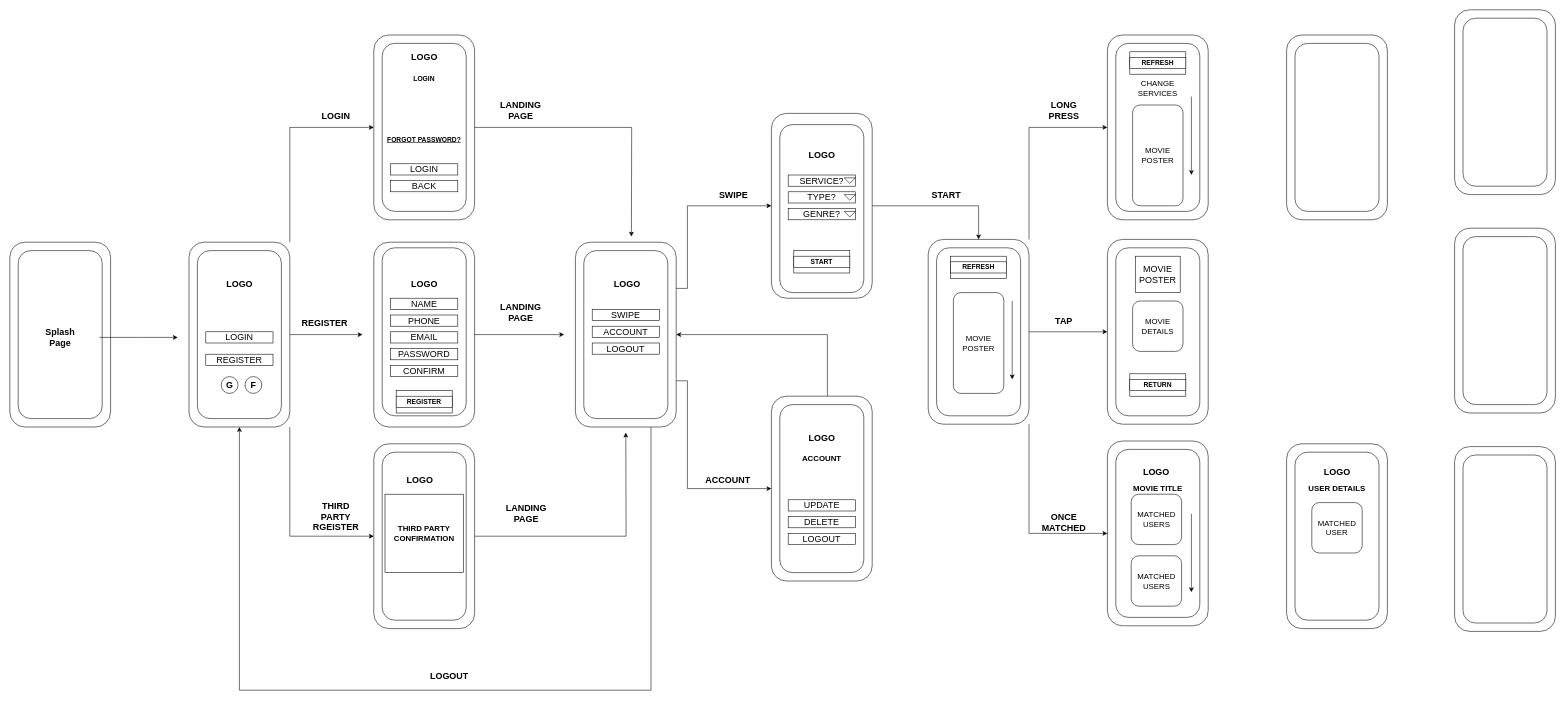
Before: page "Page-8" (7 of 9) of DIagrams.drawio in mathewpenny/MovieMatchV2, a draw.io diagram. Source tidied: cells renumbered, new cells numbered last; positions are measured from the earlier drawing's top-left corner, leaving out a move shared by most shapes. Both pictures are drawn from the tidied source at 56%, with x=0, y=0 at pixel (10, 10).
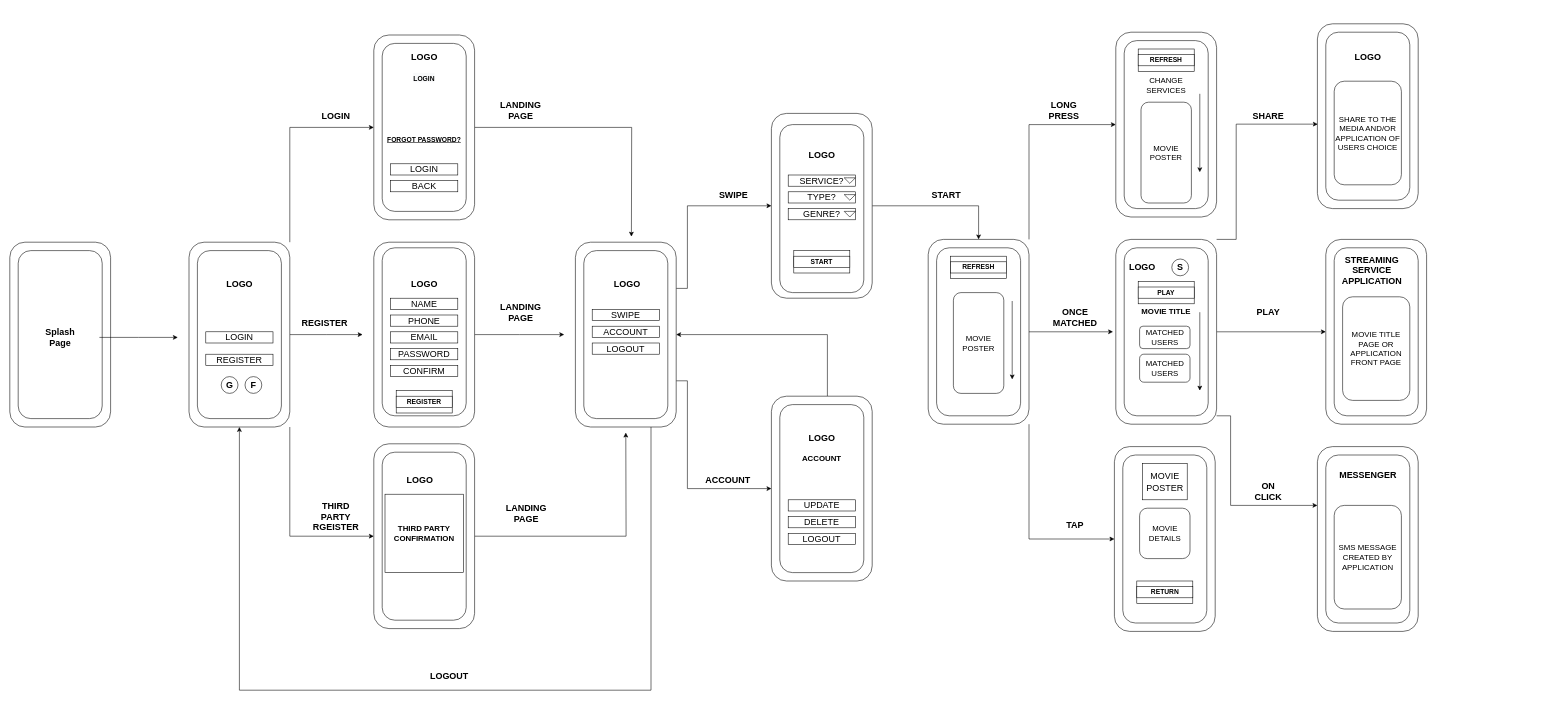
The same page after the edit.

The change refers to these unchanged cells:
```xml
<mxCell id="23" style="rounded=1;whiteSpace=wrap;html=1;" parent="1" vertex="1">
  <mxGeometry x="1640" y="410" width="180" height="330" as="geometry" />
</mxCell>
```

Diff of the diagram source:
```diff
@@
-    <mxCell id="21" style="edgeStyle=orthogonalEdgeStyle;rounded=0;jettySize=auto;html=1;entryX=0;entryY=0.5;entryDx=0;entryDy=0;fontSize=14;" parent="1" edge="1" source="23" target="92">
-      <mxGeometry relative="1" as="geometry" />
+    <mxCell id="21" style="edgeStyle=orthogonalEdgeStyle;rounded=0;jettySize=auto;html=1;fontSize=14;" parent="1" edge="1" source="23">
+      <mxGeometry relative="1" as="geometry">
+        <mxPoint x="1970" y="575" as="targetPoint" />
+      </mxGeometry>
     </mxCell>
-    <mxCell id="22" style="edgeStyle=orthogonalEdgeStyle;rounded=0;jettySize=auto;html=1;exitX=1;exitY=1;exitDx=0;exitDy=0;entryX=0;entryY=0.5;entryDx=0;entryDy=0;fontSize=14;" parent="1" edge="1" source="23" target="52">
+    <mxCell id="22" style="edgeStyle=orthogonalEdgeStyle;rounded=0;jettySize=auto;html=1;exitX=1;exitY=1;exitDx=0;exitDy=0;fontSize=14;entryX=0;entryY=0.5;entryDx=0;entryDy=0;" parent="1" edge="1" source="23" target="92">
       <mxGeometry relative="1" as="geometry" />
     </mxCell>
@@
     <mxCell id="48" style="rounded=1;whiteSpace=wrap;html=1;" parent="1" vertex="1">
-      <mxGeometry x="2280" y="775" width="180" height="330" as="geometry" />
+      <mxGeometry x="2335" y="780" width="180" height="330" as="geometry" />
     </mxCell>
     <mxCell id="49" style="rounded=1;whiteSpace=wrap;html=1;" parent="1" vertex="1">
-      <mxGeometry x="2295" y="790" width="150" height="300" as="geometry" />
+      <mxGeometry x="2350" y="795" width="150" height="300" as="geometry" />
     </mxCell>
@@
+    <mxCell id="124" style="edgeStyle=orthogonalEdgeStyle;rounded=0;jettySize=auto;html=1;fontSize=14;" parent="1" edge="1" source="52" target="88">
+      <mxGeometry relative="1" as="geometry" />
+    </mxCell>
+    <mxCell id="125" style="edgeStyle=orthogonalEdgeStyle;rounded=0;jettySize=auto;html=1;fontSize=14;" parent="1" edge="1" source="52" target="48">
+      <mxGeometry relative="1" as="geometry">
+        <Array as="points">
+          <mxPoint x="2180" y="725" />
+          <mxPoint x="2180" y="885" />
+        </Array>
+      </mxGeometry>
+    </mxCell>
+    <mxCell id="126" style="edgeStyle=orthogonalEdgeStyle;rounded=0;jettySize=auto;html=1;exitX=1;exitY=0;exitDx=0;exitDy=0;entryX=0.004;entryY=0.543;entryDx=0;entryDy=0;entryPerimeter=0;fontSize=14;" parent="1" edge="1" source="52" target="104">
+      <mxGeometry relative="1" as="geometry">
+        <Array as="points">
+          <mxPoint x="2190" y="410" />
+          <mxPoint x="2190" y="204" />
+        </Array>
+      </mxGeometry>
+    </mxCell>
     <mxCell id="52" style="rounded=1;whiteSpace=wrap;html=1;" parent="1" vertex="1">
-      <mxGeometry x="1960" y="770" width="180" height="330" as="geometry" />
+      <mxGeometry x="1975" y="410" width="180" height="330" as="geometry" />
     </mxCell>
     <mxCell id="53" style="rounded=1;whiteSpace=wrap;html=1;" parent="1" vertex="1">
-      <mxGeometry x="1975" y="785" width="150" height="300" as="geometry" />
+      <mxGeometry x="1990" y="425" width="150" height="300" as="geometry" />
     </mxCell>
@@
-    <mxCell id="86" style="rounded=1;whiteSpace=wrap;html=1;" parent="1" vertex="1">
-      <mxGeometry x="2580" y="780" width="180" height="330" as="geometry" />
-    </mxCell>
-    <mxCell id="87" style="rounded=1;whiteSpace=wrap;html=1;" parent="1" vertex="1">
-      <mxGeometry x="2595" y="795" width="150" height="300" as="geometry" />
-    </mxCell>
     <mxCell id="88" style="rounded=1;whiteSpace=wrap;html=1;" parent="1" vertex="1">
-      <mxGeometry x="2280" y="45" width="180" height="330" as="geometry" />
+      <mxGeometry x="2350" y="410" width="180" height="330" as="geometry" />
     </mxCell>
     <mxCell id="89" style="rounded=1;whiteSpace=wrap;html=1;" parent="1" vertex="1">
-      <mxGeometry x="2295" y="60" width="150" height="300" as="geometry" />
+      <mxGeometry x="2365" y="425" width="150" height="300" as="geometry" />
     </mxCell>
-    <mxCell id="90" style="rounded=1;whiteSpace=wrap;html=1;" parent="1" vertex="1">
-      <mxGeometry x="2580" width="180" height="330" as="geometry" />
-    </mxCell>
-    <mxCell id="91" style="rounded=1;whiteSpace=wrap;html=1;" parent="1" vertex="1">
-      <mxGeometry x="2595" y="15" width="150" height="300" as="geometry" />
-    </mxCell>
     <mxCell id="92" style="rounded=1;whiteSpace=wrap;html=1;" parent="1" vertex="1">
-      <mxGeometry x="1960" y="410" width="180" height="330" as="geometry" />
+      <mxGeometry x="1972.5" y="780" width="180" height="330" as="geometry" />
     </mxCell>
     <mxCell id="93" style="rounded=1;whiteSpace=wrap;html=1;" parent="1" vertex="1">
-      <mxGeometry x="1975" y="425" width="150" height="300" as="geometry" />
+      <mxGeometry x="1987.5" y="795" width="150" height="300" as="geometry" />
     </mxCell>
     <mxCell id="94" value="MOVIE POSTER" style="rounded=0;whiteSpace=wrap;html=1;fontSize=16;" parent="1" vertex="1">
-      <mxGeometry x="2010" y="440" width="80" height="65" as="geometry" />
+      <mxGeometry x="2022.5" y="810" width="80" height="65" as="geometry" />
     </mxCell>
     <mxCell id="95" value="MOVIE DETAILS" style="rounded=1;whiteSpace=wrap;html=1;fontSize=14;" parent="1" vertex="1">
-      <mxGeometry x="2005" y="520" width="90" height="90" as="geometry" />
+      <mxGeometry x="2017.5" y="890" width="90" height="90" as="geometry" />
     </mxCell>
     <mxCell id="96" style="rounded=0;whiteSpace=wrap;html=1;fontSize=16;" parent="1" vertex="1">
-      <mxGeometry x="2000" y="650" width="100" height="40" as="geometry" />
+      <mxGeometry x="2012.5" y="1020" width="100" height="40" as="geometry" />
     </mxCell>
     <mxCell id="97" value="&lt;b&gt;RETURN&lt;/b&gt;" style="rounded=0;whiteSpace=wrap;html=1;fontSize=12;" parent="1" vertex="1">
-      <mxGeometry x="2000" y="660" width="100" height="20" as="geometry" />
+      <mxGeometry x="2012.5" y="1030" width="100" height="20" as="geometry" />
     </mxCell>
     <mxCell id="98" value="&lt;span style=&quot;font-size: 16px;&quot;&gt;&lt;b&gt;LOGO&lt;/b&gt;&lt;/span&gt;" style="text;html=1;strokeColor=none;fillColor=none;align=center;verticalAlign=middle;whiteSpace=wrap;rounded=0;" parent="1" vertex="1">
-      <mxGeometry x="2015" y="800" width="65" height="50" as="geometry" />
+      <mxGeometry x="1990" y="435" width="65" height="50" as="geometry" />
     </mxCell>
     <mxCell id="99" value="&lt;span style=&quot;font-size: 16px;&quot;&gt;&lt;b style=&quot;font-size: 14px;&quot;&gt;MOVIE TITLE&lt;/b&gt;&lt;/span&gt;" style="text;html=1;strokeColor=none;fillColor=none;align=center;verticalAlign=middle;whiteSpace=wrap;rounded=0;" parent="1" vertex="1">
-      <mxGeometry x="2000" y="840" width="100" height="25" as="geometry" />
+      <mxGeometry x="2015" y="525" width="100" height="25" as="geometry" />
     </mxCell>
     <mxCell id="100" value="MATCHED USERS" style="rounded=1;whiteSpace=wrap;html=1;fontSize=14;" parent="1" vertex="1">
-      <mxGeometry x="2002.5" y="865" width="90" height="90" as="geometry" />
+      <mxGeometry x="2017.5" y="565" width="90" height="40" as="geometry" />
     </mxCell>
     <mxCell id="101" value="MATCHED USERS" style="rounded=1;whiteSpace=wrap;html=1;fontSize=14;" parent="1" vertex="1">
-      <mxGeometry x="2002.5" y="975" width="90" height="90" as="geometry" />
+      <mxGeometry x="2017.5" y="615" width="90" height="50" as="geometry" />
     </mxCell>
     <mxCell id="102" style="endArrow=classic;html=1;rounded=0;fontSize=14;" parent="1" edge="1">
       <mxGeometry relative="1" as="geometry">
-        <mxPoint x="2110" y="900" as="sourcePoint" />
-        <mxPoint x="2110" y="1040" as="targetPoint" />
+        <mxPoint x="2125" y="540" as="sourcePoint" />
+        <mxPoint x="2125" y="680" as="targetPoint" />
       </mxGeometry>
     </mxCell>
@@
     <mxCell id="104" style="rounded=1;whiteSpace=wrap;html=1;" parent="1" vertex="1">
-      <mxGeometry x="2580" y="390" width="180" height="330" as="geometry" />
+      <mxGeometry x="2335" y="25" width="180" height="330" as="geometry" />
     </mxCell>
     <mxCell id="105" style="rounded=1;whiteSpace=wrap;html=1;" parent="1" vertex="1">
-      <mxGeometry x="2595" y="405" width="150" height="300" as="geometry" />
+      <mxGeometry x="2350" y="40" width="150" height="300" as="geometry" />
     </mxCell>
     <mxCell id="106" style="rounded=1;whiteSpace=wrap;html=1;" parent="1" vertex="1">
-      <mxGeometry x="1960" y="45" width="180" height="330" as="geometry" />
+      <mxGeometry x="1975" y="40" width="180" height="330" as="geometry" />
     </mxCell>
     <mxCell id="107" style="rounded=1;whiteSpace=wrap;html=1;" parent="1" vertex="1">
-      <mxGeometry x="1975" y="60" width="150" height="300" as="geometry" />
+      <mxGeometry x="1990" y="55" width="150" height="300" as="geometry" />
     </mxCell>
     <mxCell id="108" style="rounded=0;whiteSpace=wrap;html=1;fontSize=16;" parent="1" vertex="1">
-      <mxGeometry x="2000" y="75" width="100" height="40" as="geometry" />
+      <mxGeometry x="2015" y="70" width="100" height="40" as="geometry" />
     </mxCell>
     <mxCell id="109" value="&lt;b&gt;REFRESH&lt;/b&gt;" style="rounded=0;whiteSpace=wrap;html=1;fontSize=12;" parent="1" vertex="1">
-      <mxGeometry x="2000" y="85" width="100" height="20" as="geometry" />
+      <mxGeometry x="2015" y="80" width="100" height="20" as="geometry" />
     </mxCell>
     <mxCell id="110" value="MOVIE POSTER" style="rounded=1;whiteSpace=wrap;html=1;fontSize=14;" parent="1" vertex="1">
-      <mxGeometry x="2005" y="170" width="90" height="180" as="geometry" />
+      <mxGeometry x="2020" y="165" width="90" height="180" as="geometry" />
     </mxCell>
     <mxCell id="111" style="endArrow=classic;html=1;rounded=0;fontSize=14;" parent="1" edge="1">
       <mxGeometry relative="1" as="geometry">
-        <mxPoint x="2110" y="155" as="sourcePoint" />
-        <mxPoint x="2110" y="295" as="targetPoint" />
+        <mxPoint x="2125" y="150" as="sourcePoint" />
+        <mxPoint x="2125" y="290" as="targetPoint" />
       </mxGeometry>
     </mxCell>
     <mxCell id="112" value="CHANGE SERVICES" style="text;html=1;strokeColor=none;fillColor=none;align=center;verticalAlign=middle;whiteSpace=wrap;rounded=0;fontSize=14;" parent="1" vertex="1">
-      <mxGeometry x="2020" y="125" width="60" height="30" as="geometry" />
+      <mxGeometry x="2035" y="120" width="60" height="30" as="geometry" />
     </mxCell>
@@
     <mxCell id="119" value="&lt;span style=&quot;font-size: 16px;&quot;&gt;&lt;b&gt;TAP&lt;/b&gt;&lt;/span&gt;" style="text;html=1;strokeColor=none;fillColor=none;align=center;verticalAlign=middle;whiteSpace=wrap;rounded=0;" parent="1" vertex="1">
-      <mxGeometry x="1850" y="530" width="65" height="50" as="geometry" />
+      <mxGeometry x="1870" y="895" width="65" height="50" as="geometry" />
     </mxCell>
     <mxCell id="120" value="&lt;span style=&quot;font-size: 16px;&quot;&gt;&lt;b&gt;ONCE MATCHED&lt;/b&gt;&lt;/span&gt;" style="text;html=1;strokeColor=none;fillColor=none;align=center;verticalAlign=middle;whiteSpace=wrap;rounded=0;" parent="1" vertex="1">
-      <mxGeometry x="1850" y="890" width="65" height="50" as="geometry" />
+      <mxGeometry x="1870" y="525" width="65" height="50" as="geometry" />
     </mxCell>
-    <mxCell id="121" value="&lt;span style=&quot;font-size: 16px;&quot;&gt;&lt;b&gt;LOGO&lt;/b&gt;&lt;/span&gt;" style="text;html=1;strokeColor=none;fillColor=none;align=center;verticalAlign=middle;whiteSpace=wrap;rounded=0;" parent="1" vertex="1">
-      <mxGeometry x="2337.5" y="800" width="65" height="50" as="geometry" />
+    <mxCell id="121" value="&lt;span style=&quot;font-size: 16px;&quot;&gt;&lt;b&gt;MESSENGER&lt;/b&gt;&lt;/span&gt;" style="text;html=1;strokeColor=none;fillColor=none;align=center;verticalAlign=middle;whiteSpace=wrap;rounded=0;" parent="1" vertex="1">
+      <mxGeometry x="2392.5" y="805" width="65" height="50" as="geometry" />
     </mxCell>
-    <mxCell id="122" value="&lt;span style=&quot;font-size: 16px;&quot;&gt;&lt;b style=&quot;font-size: 14px;&quot;&gt;USER DETAILS&lt;/b&gt;&lt;/span&gt;" style="text;html=1;strokeColor=none;fillColor=none;align=center;verticalAlign=middle;whiteSpace=wrap;rounded=0;" parent="1" vertex="1">
-      <mxGeometry x="2310" y="840" width="120" height="25" as="geometry" />
-    </mxCell>
-    <mxCell id="123" value="MATCHED USER" style="rounded=1;whiteSpace=wrap;html=1;fontSize=14;" parent="1" vertex="1">
-      <mxGeometry x="2325" y="880" width="90" height="90" as="geometry" />
+    <mxCell id="123" value="SMS MESSAGE CREATED BY APPLICATION" style="rounded=1;whiteSpace=wrap;html=1;fontSize=14;" parent="1" vertex="1">
+      <mxGeometry x="2365" y="885" width="120" height="185" as="geometry" />
     </mxCell>
+    <mxCell id="127" value="&lt;span style=&quot;font-size: 16px;&quot;&gt;&lt;b&gt;ON CLICK&lt;/b&gt;&lt;/span&gt;" style="text;html=1;strokeColor=none;fillColor=none;align=center;verticalAlign=middle;whiteSpace=wrap;rounded=0;" parent="1" vertex="1">
+      <mxGeometry x="2215" y="835" width="65" height="50" as="geometry" />
+    </mxCell>
+    <mxCell id="128" style="rounded=0;whiteSpace=wrap;html=1;fontSize=16;" parent="1" vertex="1">
+      <mxGeometry x="2015" y="485" width="100" height="40" as="geometry" />
+    </mxCell>
+    <mxCell id="129" value="&lt;b&gt;PLAY&lt;/b&gt;" style="rounded=0;whiteSpace=wrap;html=1;fontSize=12;" parent="1" vertex="1">
+      <mxGeometry x="2015" y="495" width="100" height="20" as="geometry" />
+    </mxCell>
+    <mxCell id="130" value="&lt;b&gt;S&lt;/b&gt;" style="ellipse;whiteSpace=wrap;html=1;fontSize=16;" parent="1" vertex="1">
+      <mxGeometry x="2075" y="445" width="30" height="30" as="geometry" />
+    </mxCell>
+    <mxCell id="131" value="&lt;span style=&quot;font-size: 16px;&quot;&gt;&lt;b&gt;STREAMING SERVICE APPLICATION&lt;/b&gt;&lt;/span&gt;" style="text;html=1;strokeColor=none;fillColor=none;align=center;verticalAlign=middle;whiteSpace=wrap;rounded=0;" parent="1" vertex="1">
+      <mxGeometry x="2400" y="440" width="65" height="50" as="geometry" />
+    </mxCell>
+    <mxCell id="132" value="&lt;span style=&quot;font-size: 16px;&quot;&gt;&lt;b&gt;PLAY&lt;/b&gt;&lt;/span&gt;" style="text;html=1;strokeColor=none;fillColor=none;align=center;verticalAlign=middle;whiteSpace=wrap;rounded=0;" parent="1" vertex="1">
+      <mxGeometry x="2215" y="515" width="65" height="50" as="geometry" />
+    </mxCell>
+    <mxCell id="133" value="&lt;span style=&quot;font-size: 16px;&quot;&gt;&lt;b&gt;SHARE&lt;/b&gt;&lt;/span&gt;" style="text;html=1;strokeColor=none;fillColor=none;align=center;verticalAlign=middle;whiteSpace=wrap;rounded=0;" parent="1" vertex="1">
+      <mxGeometry x="2215" y="165" width="65" height="50" as="geometry" />
+    </mxCell>
+    <mxCell id="134" value="MOVIE TITLE PAGE OR APPLICATION FRONT PAGE" style="rounded=1;whiteSpace=wrap;html=1;fontSize=14;" parent="1" vertex="1">
+      <mxGeometry x="2380" y="512.5" width="120" height="185" as="geometry" />
+    </mxCell>
+    <mxCell id="135" value="&lt;span style=&quot;font-size: 16px;&quot;&gt;&lt;b&gt;LOGO&lt;/b&gt;&lt;/span&gt;" style="text;html=1;strokeColor=none;fillColor=none;align=center;verticalAlign=middle;whiteSpace=wrap;rounded=0;" parent="1" vertex="1">
+      <mxGeometry x="2392.5" y="60" width="65" height="50" as="geometry" />
+    </mxCell>
+    <mxCell id="136" value="SHARE TO THE MEDIA AND/OR APPLICATION OF USERS CHOICE" style="rounded=1;whiteSpace=wrap;html=1;fontSize=14;" parent="1" vertex="1">
+      <mxGeometry x="2365" y="127.5" width="120" height="185" as="geometry" />
+    </mxCell>
```
